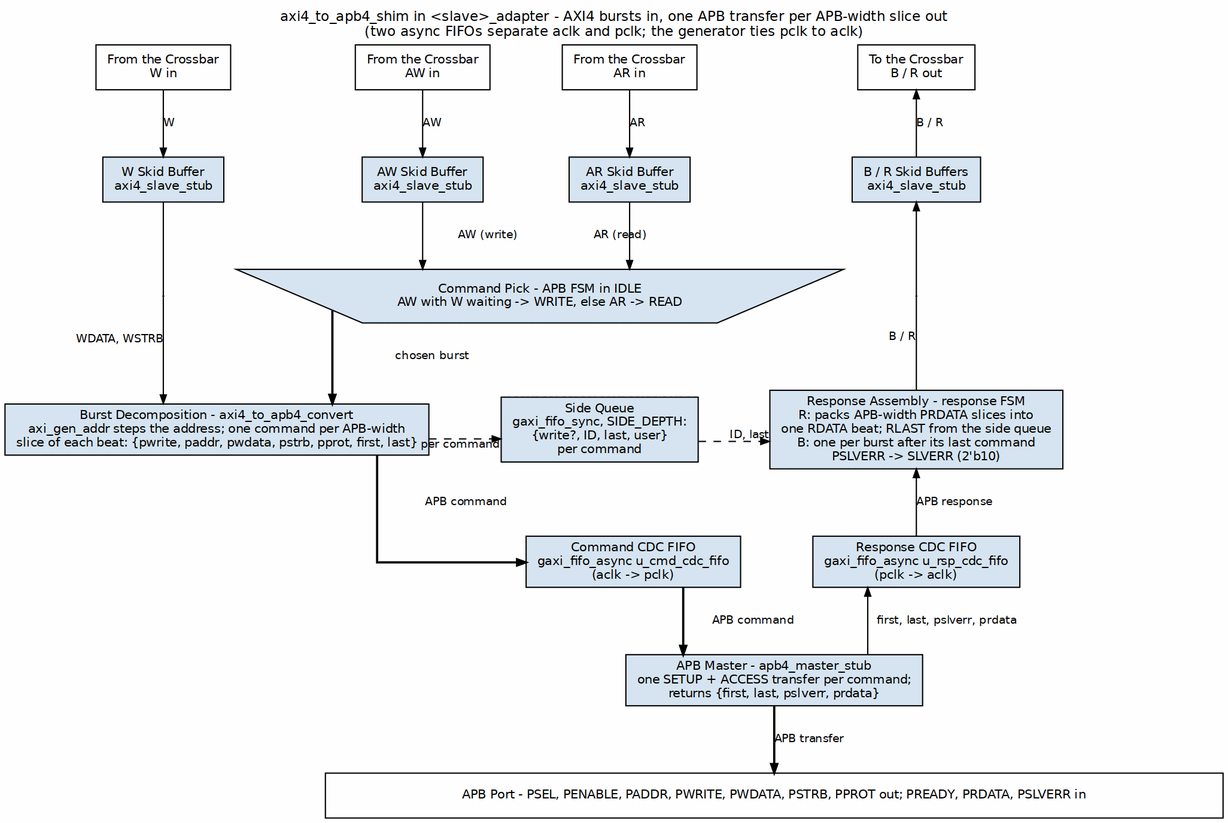
sean-galloway/RTLDesignSherpa keeps this Graphviz diagram as projects/components/fabric-gen-ip/bridge/docs/bridge_mas/assets/graphviz/protocol_conversion_apb.png. Above is the earlier version. Its source is kept beside it as projects/components/fabric-gen-ip/bridge/docs/bridge_mas/assets/graphviz/protocol_conversion_apb.dot.
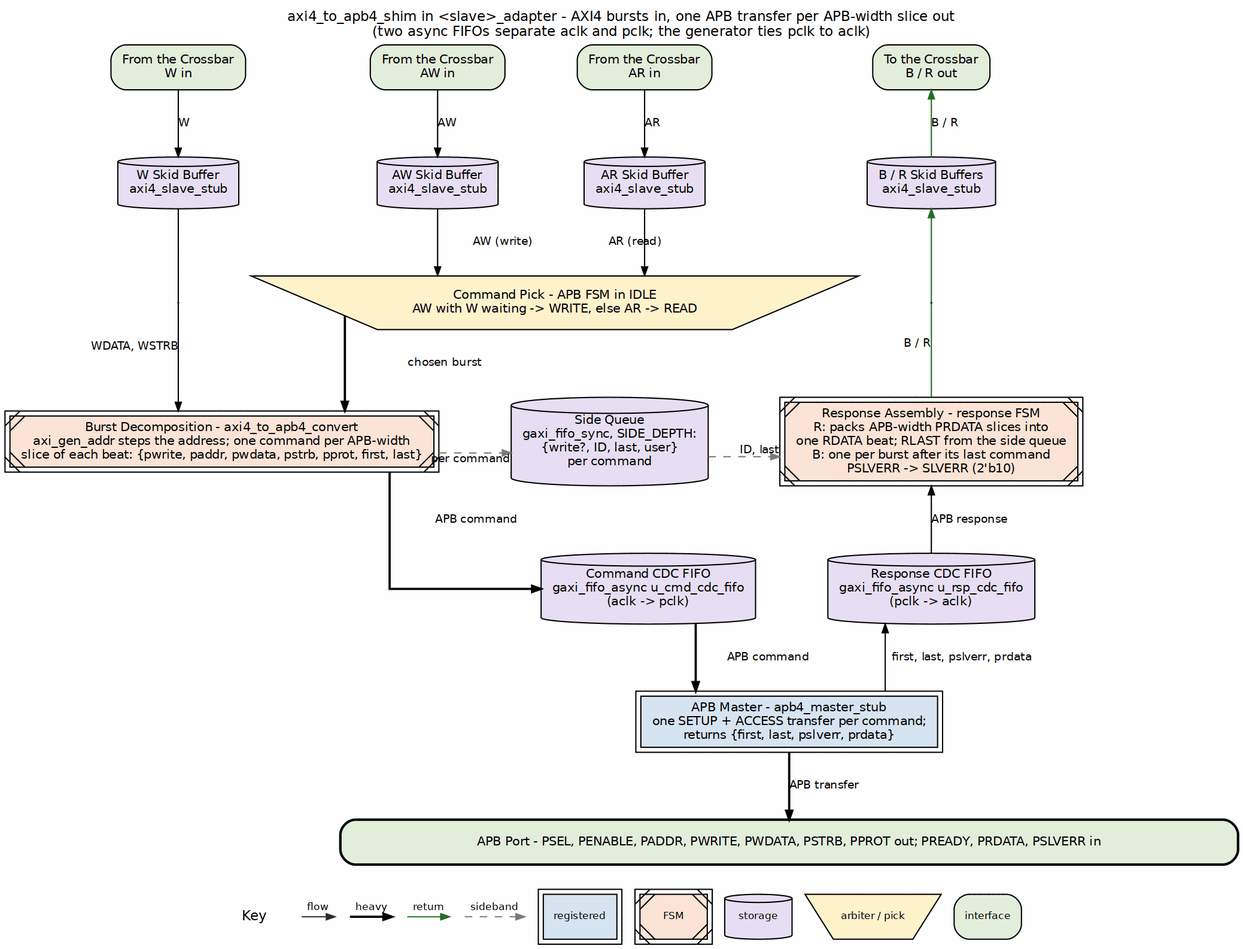
After the commit.

What changed in the source:
```diff
@@ -3,43 +3,43 @@
            nodesep="0.40", ranksep="0.60", splines=ortho, labelloc=t,
            label="axi4_to_apb4_shim in <slave>_adapter - AXI4 bursts in, one APB transfer per APB-width slice out\n(two async FIFOs separate aclk and pclk; the generator ties pclk to aclk)"];
     node  [fontname="Helvetica", fontsize=10, shape=box, style=filled,
-           fillcolor="#D6E4F0", color="black", margin="0.12,0.06"];
+           fillcolor="white", color="black", margin="0.12,0.06"];
     edge  [fontname="Helvetica", fontsize=9, color="black", arrowsize=0.7];
 
-    pw [label="From the Crossbar\nW in", fillcolor="white", group=L];
-    pa [label="From the Crossbar\nAW in", fillcolor="white", group=A];
-    pd [label="From the Crossbar\nAR in", fillcolor="white", group=D];
-    pr [label="To the Crossbar\nB / R out", fillcolor="white", group=R];
+    pw [label="From the Crossbar\nW in", fillcolor="white", group=L, style="rounded,filled", fillcolor="#E2EFDA"];
+    pa [label="From the Crossbar\nAW in", fillcolor="white", group=A, style="rounded,filled", fillcolor="#E2EFDA"];
+    pd [label="From the Crossbar\nAR in", fillcolor="white", group=D, style="rounded,filled", fillcolor="#E2EFDA"];
+    pr [label="To the Crossbar\nB / R out", fillcolor="white", group=R, style="rounded,filled", fillcolor="#E2EFDA"];
     { rank=same; pw; pa; pd; pr; }
     pw -> pa -> pd -> pr [style=invis];
 
-    sw [label="W Skid Buffer\naxi4_slave_stub", group=L];
-    sa [label="AW Skid Buffer\naxi4_slave_stub", group=A];
-    sd [label="AR Skid Buffer\naxi4_slave_stub", group=D];
-    sr [label="B / R Skid Buffers\naxi4_slave_stub", group=R];
+    sw [label="W Skid Buffer\naxi4_slave_stub", group=L, shape=cylinder, style="filled", fillcolor="#E8DFF5"];
+    sa [label="AW Skid Buffer\naxi4_slave_stub", group=A, shape=cylinder, style="filled", fillcolor="#E8DFF5"];
+    sd [label="AR Skid Buffer\naxi4_slave_stub", group=D, shape=cylinder, style="filled", fillcolor="#E8DFF5"];
+    sr [label="B / R Skid Buffers\naxi4_slave_stub", group=R, shape=cylinder, style="filled", fillcolor="#E8DFF5"];
     { rank=same; sw; sa; sd; sr; }
     sw -> sa -> sd -> sr [style=invis];
 
-    pick [label="Command Pick - APB FSM in IDLE\nAW with W waiting -> WRITE, else AR -> READ", shape=invtrapezium, width=5.4, height=0.6];
+    pick [label="Command Pick - APB FSM in IDLE\nAW with W waiting -> WRITE, else AR -> READ", shape=invtrapezium, width=5.4, height=0.6, style="filled", fillcolor="#FFF2CC"];
     pl2 [shape=point, width=0.01, label="", group=L];
     pr2 [shape=point, width=0.01, label="", group=R];
     { rank=same; pl2; pick; pr2; }
     pl2 -> pick -> pr2 [style=invis];
 
-    gen [label="Burst Decomposition - axi4_to_apb4_convert\naxi_gen_addr steps the address; one command per APB-width\nslice of each beat: {pwrite, paddr, pwdata, pstrb, pprot, first, last}"];
-    side [label="Side Queue\ngaxi_fifo_sync, SIDE_DEPTH:\n{write?, ID, last, user}\nper command"];
-    rsp [label="Response Assembly - response FSM\nR: packs APB-width PRDATA slices into\none RDATA beat; RLAST from the side queue\nB: one per burst after its last command\nPSLVERR -> SLVERR (2'b10)", group=R];
+    gen [label="Burst Decomposition - axi4_to_apb4_convert\naxi_gen_addr steps the address; one command per APB-width\nslice of each beat: {pwrite, paddr, pwdata, pstrb, pprot, first, last}", peripheries=2, style="filled,diagonals", fillcolor="#FCE4D6"];
+    side [label="Side Queue\ngaxi_fifo_sync, SIDE_DEPTH:\n{write?, ID, last, user}\nper command", shape=cylinder, style="filled", fillcolor="#E8DFF5"];
+    rsp [label="Response Assembly - response FSM\nR: packs APB-width PRDATA slices into\none RDATA beat; RLAST from the side queue\nB: one per burst after its last command\nPSLVERR -> SLVERR (2'b10)", group=R, peripheries=2, style="filled,diagonals", fillcolor="#FCE4D6"];
     { rank=same; gen; side; rsp; }
     gen -> side -> rsp [style=invis];
 
-    cfifo [label="Command CDC FIFO\ngaxi_fifo_async u_cmd_cdc_fifo\n(aclk -> pclk)"];
-    rfifo [label="Response CDC FIFO\ngaxi_fifo_async u_rsp_cdc_fifo\n(pclk -> aclk)", group=R];
+    cfifo [label="Command CDC FIFO\ngaxi_fifo_async u_cmd_cdc_fifo\n(aclk -> pclk)", shape=cylinder, style="filled", fillcolor="#E8DFF5"];
+    rfifo [label="Response CDC FIFO\ngaxi_fifo_async u_rsp_cdc_fifo\n(pclk -> aclk)", group=R, shape=cylinder, style="filled", fillcolor="#E8DFF5"];
     { rank=same; cfifo; rfifo; }
     cfifo -> rfifo [style=invis];
 
-    apbm [label="APB Master - apb4_master_stub\none SETUP + ACCESS transfer per command;\nreturns {first, last, pslverr, prdata}"];
+    apbm [label="APB Master - apb4_master_stub\none SETUP + ACCESS transfer per command;\nreturns {first, last, pslverr, prdata}", peripheries=2, style="filled", fillcolor="#D6E4F0"];
 
-    bar [label="APB Port - PSEL, PENABLE, PADDR, PWRITE, PWDATA, PSTRB, PPROT out; PREADY, PRDATA, PSLVERR in", fillcolor="white", width=10];
+    bar [label="APB Port - PSEL, PENABLE, PADDR, PWRITE, PWDATA, PSTRB, PPROT out; PREADY, PRDATA, PSLVERR in", fillcolor="white", width=10, style="rounded,filled,bold", fillcolor="#E2EFDA"];
 
     pw -> sw [label="W"];
     pa -> sa [label="AW"];
@@ -52,12 +52,12 @@
     gen -> cfifo [label="APB command", penwidth=1.8];
     cfifo -> apbm [label="APB command", penwidth=1.8];
     apbm -> bar [label="APB transfer", penwidth=1.8];
-    gen -> side [style=dashed, xlabel="per command"];
-    side -> rsp [style=dashed, xlabel="ID, last"];
+    gen -> side [style=dashed, color="#777777", xlabel="per command"];
+    side -> rsp [style=dashed, color="#777777", xlabel="ID, last"];
 
-    pr -> sr [dir=back, label="B / R"];
-    sr -> pr2 [dir=back];
-    pr2 -> rsp [dir=none, xlabel="B / R"];
+    pr -> sr [color="#1A7A1A", dir=back, label="B / R"];
+    sr -> pr2 [color="#1A7A1A", dir=back];
+    pr2 -> rsp [color="#1A7A1A", dir=none, xlabel="B / R"];
     rsp -> rfifo [dir=back, label="APB response"];
     rfifo -> apbm [dir=back, label="first, last, pslverr, prdata"];
 }
```
